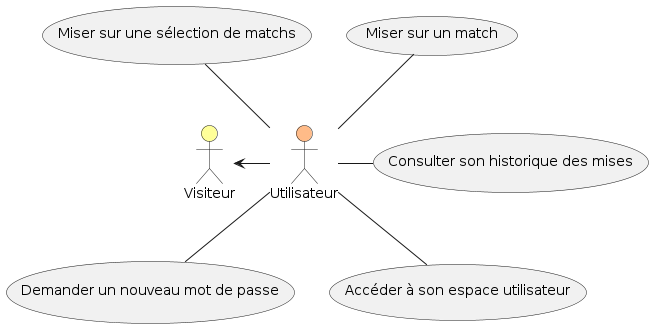
Before: #documents/Diagramme de cas d_utilisation - Utilisateur.png, a diagram exported from PlantUML (kcdln/Smash-Bowl).
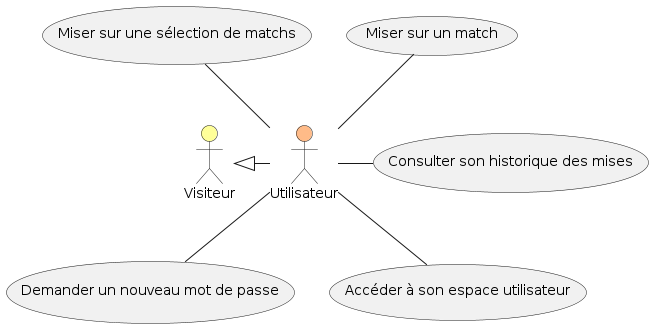
The same file after the commit.

Commit message:
Changes for a better "extend" arrow in usecase diagrams

What changed in the source:
```diff
@@ -2,7 +2,7 @@
 actor Visiteur #ffff99
 actor Utilisateur #ffbb88
 
-Visiteur <-right- Utilisateur
+Visiteur <|-right- Utilisateur
 
 Utilisateur -up- (Miser sur un match)
 Utilisateur -up- (Miser sur une sélection de matchs)
```
